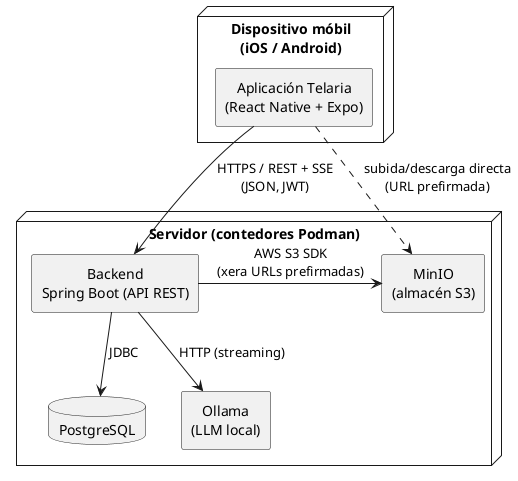
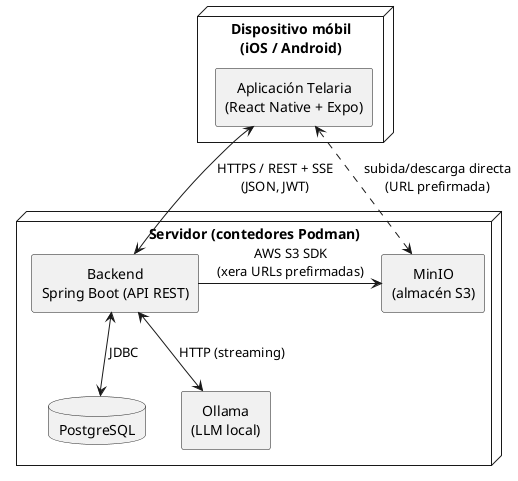
@startuml arquitectura
skinparam shadowing false
skinparam componentStyle rectangle
skinparam defaultTextAlignment center

node "Dispositivo móbil\n(iOS / Android)" as movil {
  component "Aplicación Telaria\n(React Native + Expo)" as app
}

node "Servidor (contedores Podman)" as servidor {
  component "Backend\nSpring Boot (API REST)" as backend
  database "PostgreSQL" as pg
  component "MinIO\n(almacén S3)" as minio
  component "Ollama\n(LLM local)" as ollama
}

- app -down-> backend : HTTPS / REST + SSE\n(JSON, JWT)
- app ..> minio : subida/descarga directa\n(URL prefirmada)
- backend -down-> pg : JDBC
+ app <-down-> backend : HTTPS / REST + SSE\n(JSON, JWT)
+ app <..> minio : subida/descarga directa\n(URL prefirmada)
+ backend <-down-> pg : JDBC
backend -right-> minio : AWS S3 SDK\n(xera URLs prefirmadas)
- backend -down-> ollama : HTTP (streaming)
+ backend <-down-> ollama : HTTP (streaming)
@enduml
